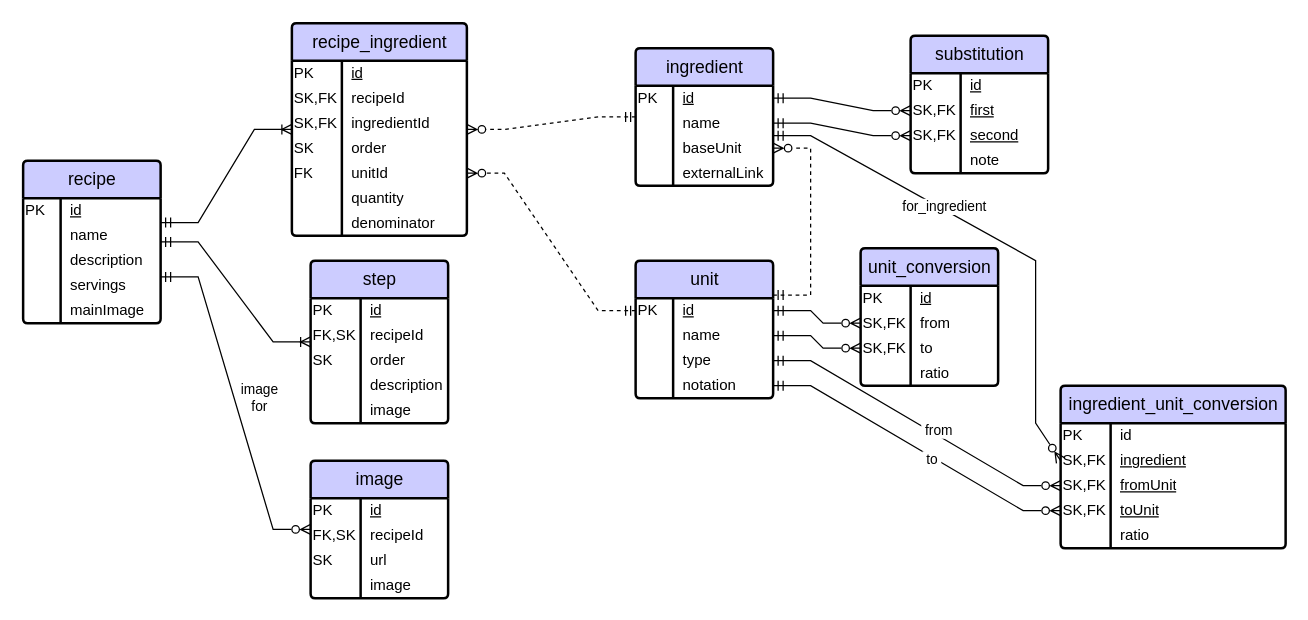
The draw.io diagram diagrams/recipes.drawio in watsonkh/CMSC608-AdvancedDatabaseProject, before the edit. Source tidied: cells renumbered, new cells numbered last; positions are measured from the earlier drawing's top-left corner, leaving out a move shared by most shapes. Both pictures are drawn from the tidied source at 125%, with x=0, y=0 at pixel (22, 22).
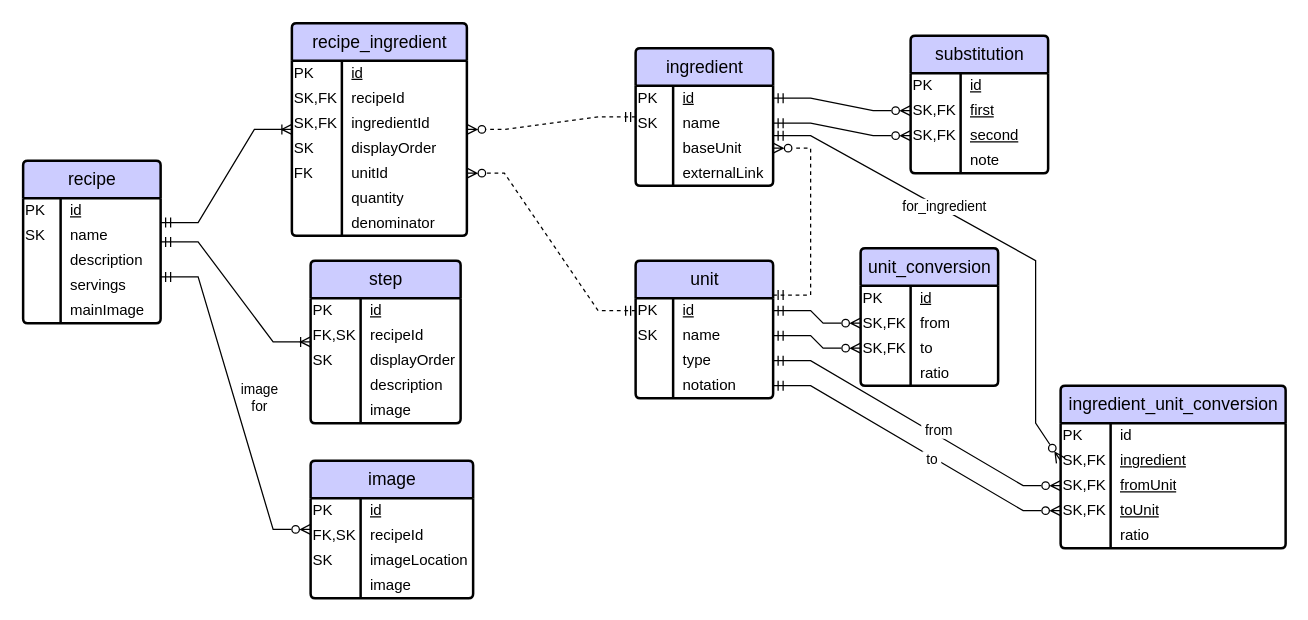
After the change.

The change refers to these unchanged cells:
```xml
<mxCell id="15" style="shape=tableRow;horizontal=0;startSize=0;swimlaneHead=0;swimlaneBody=0;fillColor=none;top=0;left=0;right=0;bottom=0;" parent="5" vertex="1">
  <mxGeometry y="90" width="140" height="20" as="geometry" />
</mxCell>
<mxCell id="31" style="shape=tableRow;horizontal=0;startSize=0;swimlaneHead=0;swimlaneBody=0;fillColor=none;points=[[0,0.5],[1,0.5]];portConstraint=eastwest;top=0;left=0;right=0;bottom=0;" parent="27" vertex="1">
  <mxGeometry y="50" width="110" height="20" as="geometry" />
</mxCell>
<mxCell id="63" style="shape=tableRow;horizontal=0;startSize=0;swimlaneHead=0;swimlaneBody=0;fillColor=none;points=[[0,0.5],[1,0.5]];portConstraint=eastwest;top=0;left=0;right=0;bottom=0;" parent="59" vertex="1">
  <mxGeometry y="50" width="110" height="20" as="geometry" />
</mxCell>
<mxCell id="76" style="shape=tableRow;horizontal=0;startSize=0;swimlaneHead=0;swimlaneBody=0;fillColor=none;points=[[0,0.5],[1,0.5]];portConstraint=eastwest;top=0;left=0;right=0;bottom=0;" parent="72" vertex="1">
  <mxGeometry y="50" width="110" height="20" as="geometry" />
</mxCell>
```

The edit, as a diff of the source:
```diff
@@
-    <mxCell id="17" value="order" style="shape=partialRectangle;fillColor=none;top=0;left=0;bottom=0;right=0;align=left;spacingLeft=6;overflow=hidden;whiteSpace=wrap;html=1;" parent="15" vertex="1">
+    <mxCell id="17" value="displayOrder" style="shape=partialRectangle;fillColor=none;top=0;left=0;bottom=0;right=0;align=left;spacingLeft=6;overflow=hidden;whiteSpace=wrap;html=1;" parent="15" vertex="1">
       <mxGeometry x="40" width="100" height="20" as="geometry" />
     </mxCell>
@@
-    <mxCell id="32" style="shape=partialRectangle;fillColor=none;top=0;left=0;bottom=0;right=0;overflow=hidden;whiteSpace=wrap;html=1;align=left;" parent="31" vertex="1">
+    <mxCell id="32" value="SK" style="shape=partialRectangle;fillColor=none;top=0;left=0;bottom=0;right=0;overflow=hidden;whiteSpace=wrap;html=1;align=left;" parent="31" vertex="1">
       <mxGeometry width="30" height="20" as="geometry" />
     </mxCell>
@@
     <mxCell id="43" value="&lt;span style=&quot;font-weight: normal;&quot;&gt;&lt;font style=&quot;font-size: 14px;&quot;&gt;step&lt;/font&gt;&lt;/span&gt;" style="shape=table;startSize=30;childLayout=tableLayout;rowLines=0;fontStyle=1;align=center;html=1;fillColor=light-dark(#ccccff, #ededed);strokeWidth=2;rounded=1;arcSize=4;" parent="1" vertex="1">
-      <mxGeometry x="230" y="190" width="110" height="130" as="geometry" />
+      <mxGeometry x="230" y="190" width="120" height="130" as="geometry" />
     </mxCell>
     <mxCell id="44" style="shape=tableRow;horizontal=0;startSize=0;swimlaneHead=0;swimlaneBody=0;fillColor=none;top=0;left=0;right=0;bottom=0;" parent="43" vertex="1">
-      <mxGeometry y="30" width="110" height="20" as="geometry" />
+      <mxGeometry y="30" width="120" height="20" as="geometry" />
     </mxCell>
@@
     <mxCell id="46" value="&lt;u&gt;id&lt;/u&gt;" style="shape=partialRectangle;fillColor=none;top=0;left=0;bottom=0;right=0;align=left;spacingLeft=6;overflow=hidden;whiteSpace=wrap;html=1;" parent="44" vertex="1">
-      <mxGeometry x="40" width="70" height="20" as="geometry" />
+      <mxGeometry x="40" width="80" height="20" as="geometry" />
     </mxCell>
     <mxCell id="47" style="shape=tableRow;horizontal=0;startSize=0;swimlaneHead=0;swimlaneBody=0;fillColor=none;top=0;left=0;right=0;bottom=0;" parent="43" vertex="1">
-      <mxGeometry y="50" width="110" height="20" as="geometry" />
+      <mxGeometry y="50" width="120" height="20" as="geometry" />
     </mxCell>
@@
     <mxCell id="49" value="recipeId" style="shape=partialRectangle;fillColor=none;top=0;left=0;bottom=0;right=0;align=left;spacingLeft=6;overflow=hidden;whiteSpace=wrap;html=1;" parent="47" vertex="1">
-      <mxGeometry x="40" width="70" height="20" as="geometry" />
+      <mxGeometry x="40" width="80" height="20" as="geometry" />
     </mxCell>
     <mxCell id="50" style="shape=tableRow;horizontal=0;startSize=0;swimlaneHead=0;swimlaneBody=0;fillColor=none;top=0;left=0;right=0;bottom=0;" parent="43" vertex="1">
-      <mxGeometry y="70" width="110" height="20" as="geometry" />
+      <mxGeometry y="70" width="120" height="20" as="geometry" />
     </mxCell>
@@
-    <mxCell id="52" value="order" style="shape=partialRectangle;fillColor=none;top=0;left=0;bottom=0;right=0;align=left;spacingLeft=6;overflow=hidden;whiteSpace=wrap;html=1;" parent="50" vertex="1">
-      <mxGeometry x="40" width="70" height="20" as="geometry" />
+    <mxCell id="52" value="displayOrder" style="shape=partialRectangle;fillColor=none;top=0;left=0;bottom=0;right=0;align=left;spacingLeft=6;overflow=hidden;whiteSpace=wrap;html=1;" parent="50" vertex="1">
+      <mxGeometry x="40" width="80" height="20" as="geometry" />
     </mxCell>
     <mxCell id="53" style="shape=tableRow;horizontal=0;startSize=0;swimlaneHead=0;swimlaneBody=0;fillColor=none;top=0;left=0;right=0;bottom=0;" parent="43" vertex="1">
-      <mxGeometry y="90" width="110" height="20" as="geometry" />
+      <mxGeometry y="90" width="120" height="20" as="geometry" />
     </mxCell>
@@
     <mxCell id="55" value="description" style="shape=partialRectangle;fillColor=none;top=0;left=0;bottom=0;right=0;align=left;spacingLeft=6;overflow=hidden;whiteSpace=wrap;html=1;" parent="53" vertex="1">
-      <mxGeometry x="40" width="70" height="20" as="geometry" />
+      <mxGeometry x="40" width="80" height="20" as="geometry" />
     </mxCell>
     <mxCell id="56" style="shape=tableRow;horizontal=0;startSize=0;swimlaneHead=0;swimlaneBody=0;fillColor=none;top=0;left=0;right=0;bottom=0;" parent="43" vertex="1">
-      <mxGeometry y="110" width="110" height="20" as="geometry" />
+      <mxGeometry y="110" width="120" height="20" as="geometry" />
     </mxCell>
@@
     <mxCell id="58" value="image" style="shape=partialRectangle;fillColor=none;top=0;left=0;bottom=0;right=0;align=left;spacingLeft=6;overflow=hidden;whiteSpace=wrap;html=1;" parent="56" vertex="1">
-      <mxGeometry x="40" width="70" height="20" as="geometry" />
+      <mxGeometry x="40" width="80" height="20" as="geometry" />
     </mxCell>
@@
-    <mxCell id="64" style="shape=partialRectangle;fillColor=none;top=0;left=0;bottom=0;right=0;overflow=hidden;whiteSpace=wrap;html=1;align=left;" parent="63" vertex="1">
+    <mxCell id="64" value="SK" style="shape=partialRectangle;fillColor=none;top=0;left=0;bottom=0;right=0;overflow=hidden;whiteSpace=wrap;html=1;align=left;" parent="63" vertex="1">
       <mxGeometry width="30" height="20" as="geometry" />
     </mxCell>
@@
-    <mxCell id="77" style="shape=partialRectangle;fillColor=none;top=0;left=0;bottom=0;right=0;overflow=hidden;whiteSpace=wrap;html=1;align=left;" parent="76" vertex="1">
+    <mxCell id="77" value="SK" style="shape=partialRectangle;fillColor=none;top=0;left=0;bottom=0;right=0;overflow=hidden;whiteSpace=wrap;html=1;align=left;" parent="76" vertex="1">
       <mxGeometry width="30" height="20" as="geometry" />
     </mxCell>
@@
     <mxCell id="116" value="&lt;span style=&quot;font-weight: normal;&quot;&gt;&lt;font style=&quot;font-size: 14px;&quot;&gt;image&lt;/font&gt;&lt;/span&gt;" style="shape=table;startSize=30;childLayout=tableLayout;rowLines=0;fontStyle=1;align=center;html=1;fillColor=light-dark(#ccccff, #ededed);strokeWidth=2;rounded=1;arcSize=4;" parent="1" vertex="1">
-      <mxGeometry x="230" y="350" width="110" height="110" as="geometry" />
+      <mxGeometry x="230" y="350" width="130" height="110" as="geometry" />
     </mxCell>
     <mxCell id="117" style="shape=tableRow;horizontal=0;startSize=0;swimlaneHead=0;swimlaneBody=0;fillColor=none;top=0;left=0;right=0;bottom=0;" parent="116" vertex="1">
-      <mxGeometry y="30" width="110" height="20" as="geometry" />
+      <mxGeometry y="30" width="130" height="20" as="geometry" />
     </mxCell>
@@
     <mxCell id="119" value="&lt;u&gt;id&lt;/u&gt;" style="shape=partialRectangle;fillColor=none;top=0;left=0;bottom=0;right=0;align=left;spacingLeft=6;overflow=hidden;whiteSpace=wrap;html=1;" parent="117" vertex="1">
-      <mxGeometry x="40" width="70" height="20" as="geometry" />
+      <mxGeometry x="40" width="90" height="20" as="geometry" />
     </mxCell>
     <mxCell id="120" style="shape=tableRow;horizontal=0;startSize=0;swimlaneHead=0;swimlaneBody=0;fillColor=none;top=0;left=0;right=0;bottom=0;" parent="116" vertex="1">
-      <mxGeometry y="50" width="110" height="20" as="geometry" />
+      <mxGeometry y="50" width="130" height="20" as="geometry" />
     </mxCell>
@@
     <mxCell id="122" value="recipeId" style="shape=partialRectangle;fillColor=none;top=0;left=0;bottom=0;right=0;align=left;spacingLeft=6;overflow=hidden;whiteSpace=wrap;html=1;" parent="120" vertex="1">
-      <mxGeometry x="40" width="70" height="20" as="geometry" />
+      <mxGeometry x="40" width="90" height="20" as="geometry" />
     </mxCell>
     <mxCell id="123" style="shape=tableRow;horizontal=0;startSize=0;swimlaneHead=0;swimlaneBody=0;fillColor=none;top=0;left=0;right=0;bottom=0;" parent="116" vertex="1">
-      <mxGeometry y="70" width="110" height="20" as="geometry" />
+      <mxGeometry y="70" width="130" height="20" as="geometry" />
     </mxCell>
@@
-    <mxCell id="125" value="url" style="shape=partialRectangle;fillColor=none;top=0;left=0;bottom=0;right=0;align=left;spacingLeft=6;overflow=hidden;whiteSpace=wrap;html=1;" parent="123" vertex="1">
-      <mxGeometry x="40" width="70" height="20" as="geometry" />
+    <mxCell id="125" value="imageLocation" style="shape=partialRectangle;fillColor=none;top=0;left=0;bottom=0;right=0;align=left;spacingLeft=6;overflow=hidden;whiteSpace=wrap;html=1;" parent="123" vertex="1">
+      <mxGeometry x="40" width="90" height="20" as="geometry" />
     </mxCell>
     <mxCell id="126" style="shape=tableRow;horizontal=0;startSize=0;swimlaneHead=0;swimlaneBody=0;fillColor=none;top=0;left=0;right=0;bottom=0;" parent="116" vertex="1">
-      <mxGeometry y="90" width="110" height="20" as="geometry" />
+      <mxGeometry y="90" width="130" height="20" as="geometry" />
     </mxCell>
@@
     <mxCell id="128" value="image" style="shape=partialRectangle;fillColor=none;top=0;left=0;bottom=0;right=0;align=left;spacingLeft=6;overflow=hidden;whiteSpace=wrap;html=1;" parent="126" vertex="1">
-      <mxGeometry x="40" width="70" height="20" as="geometry" />
+      <mxGeometry x="40" width="90" height="20" as="geometry" />
     </mxCell>
```
